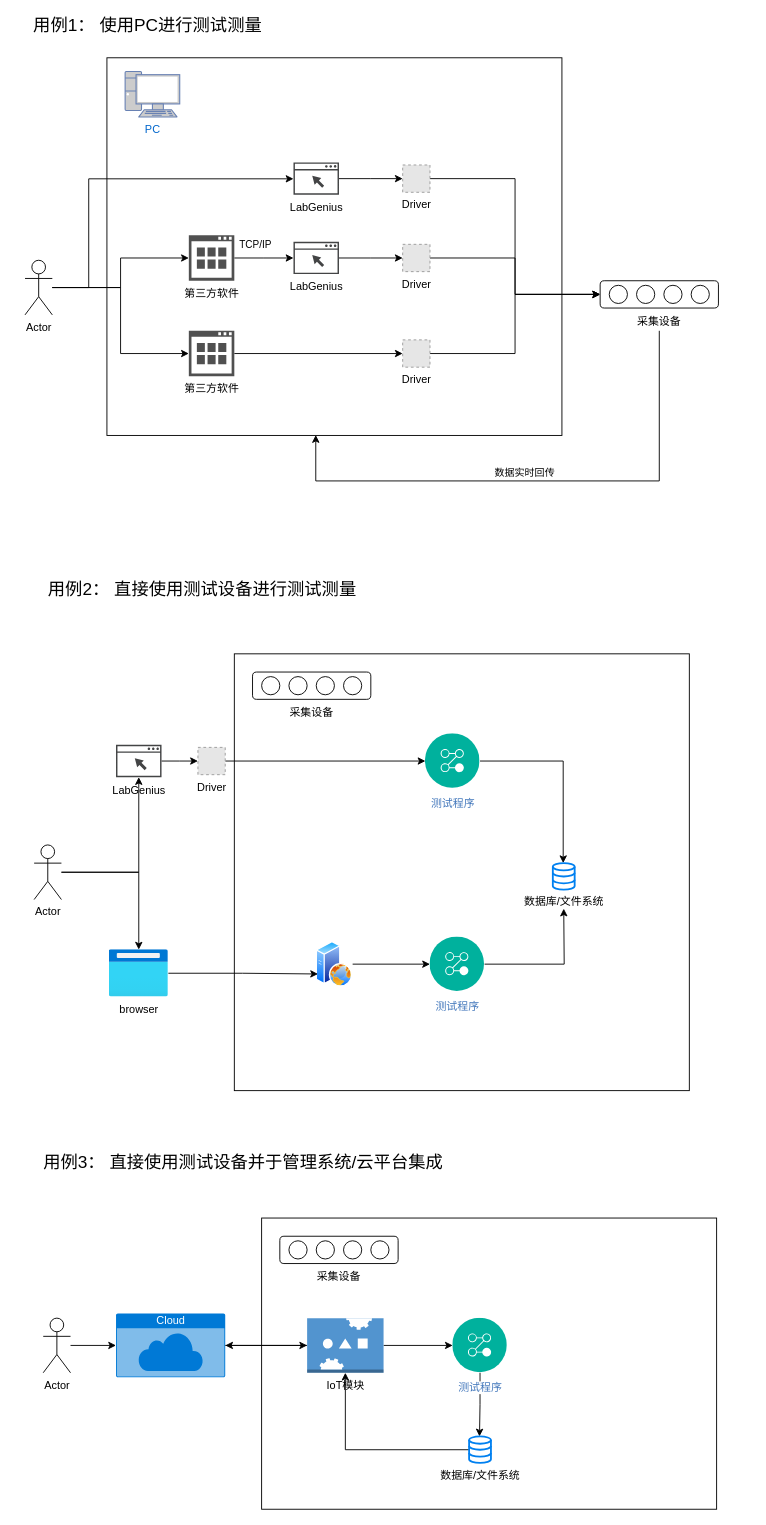
This is page "Case1" (1 of 3) of NLab/UseCases.drawio from zhugy08/drawio, a draw.io file, before an edit. Source tidied: cells renumbered, new cells numbered last; positions are measured from the earlier drawing's top-left corner, leaving out a move shared by most shapes. Both pictures are drawn from the tidied source at 91%, with x=0, y=0 at pixel (25, 16). Pictures stored in the file or linked from it are replaced by grey dashed boxes.
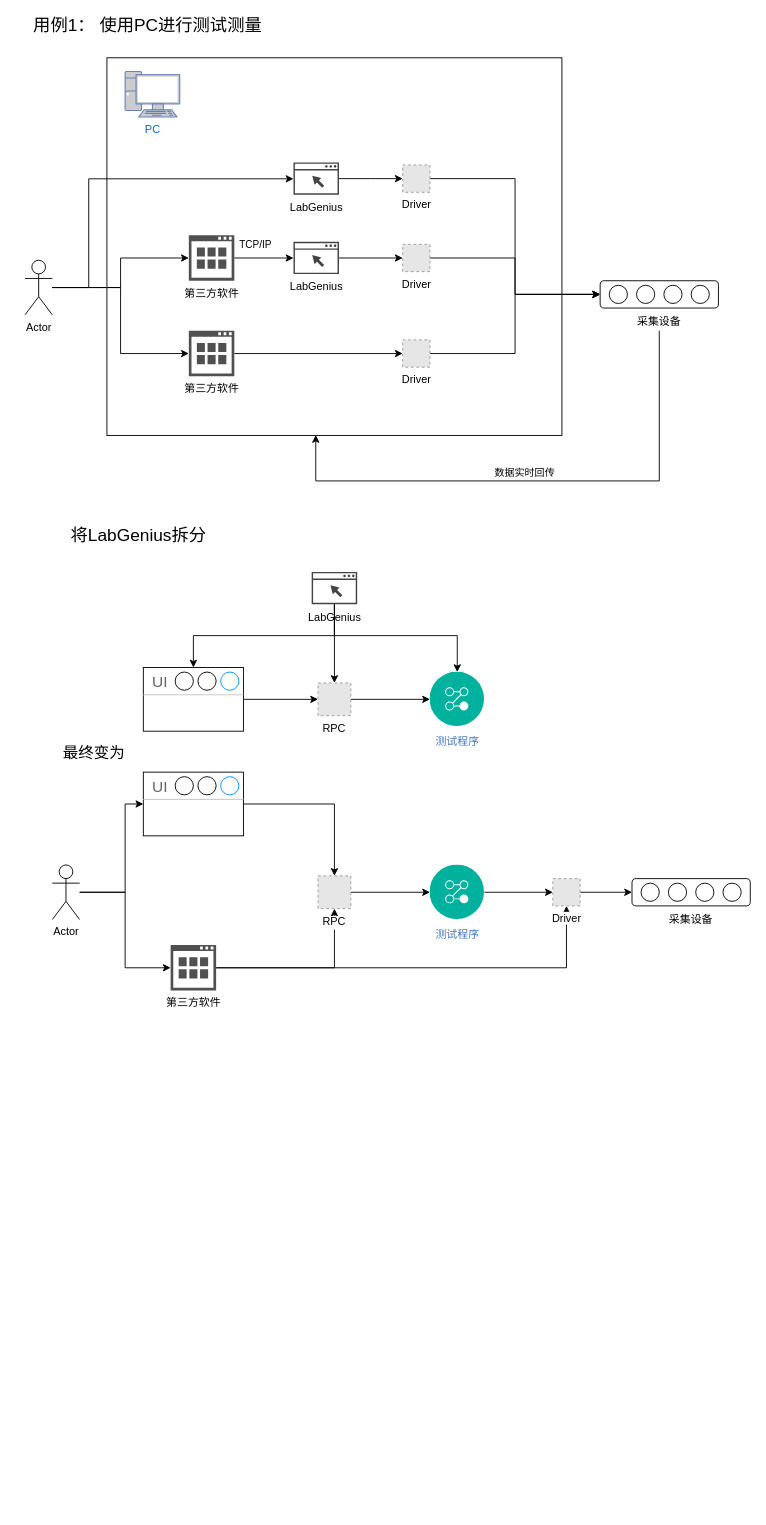
The same page after the edit.

What changed in the source:
```diff
@@
-    <mxCell id="2" style="rounded=0;whiteSpace=wrap;html=1;" parent="1" vertex="1">
-      <mxGeometry x="230" y="700" width="500" height="480" as="geometry" />
-    </mxCell>
@@
-    <mxCell id="33" value="&lt;font style=&quot;font-size: 19px&quot;&gt;用例2： 直接使用测试设备进行测试测量&lt;/font&gt;" style="text;html=1;strokeColor=none;fillColor=none;align=center;verticalAlign=middle;whiteSpace=wrap;rounded=0;" parent="1" vertex="1">
-      <mxGeometry x="10" y="620" width="370" height="20" as="geometry" />
-    </mxCell>
-    <mxCell id="34" style="group;" parent="1" vertex="1">
-      <mxGeometry x="250" y="720" width="130" height="55" as="geometry" />
-    </mxCell>
-    <mxCell id="35" style="group;" parent="34" vertex="1">
-      <mxGeometry width="130" height="30" as="geometry" />
-    </mxCell>
-    <mxCell id="36" style="rounded=1;whiteSpace=wrap;html=1;" parent="35" vertex="1">
-      <mxGeometry width="130" height="30" as="geometry" />
-    </mxCell>
-    <mxCell id="37" style="ellipse;whiteSpace=wrap;html=1;" parent="35" vertex="1">
-      <mxGeometry x="10" y="5" width="20" height="20" as="geometry" />
-    </mxCell>
-    <mxCell id="38" style="ellipse;whiteSpace=wrap;html=1;" parent="35" vertex="1">
-      <mxGeometry x="40" y="5" width="20" height="20" as="geometry" />
-    </mxCell>
-    <mxCell id="39" style="ellipse;whiteSpace=wrap;html=1;" parent="35" vertex="1">
-      <mxGeometry x="70" y="5" width="20" height="20" as="geometry" />
-    </mxCell>
-    <mxCell id="40" style="ellipse;whiteSpace=wrap;html=1;" parent="35" vertex="1">
-      <mxGeometry x="100" y="5" width="20" height="20" as="geometry" />
-    </mxCell>
-    <mxCell id="41" value="采集设备" style="text;html=1;strokeColor=none;fillColor=none;align=center;verticalAlign=middle;whiteSpace=wrap;rounded=0;" parent="34" vertex="1">
-      <mxGeometry x="40" y="35" width="50" height="20" as="geometry" />
-    </mxCell>
-    <mxCell id="42" style="edgeStyle=orthogonalEdgeStyle;rounded=0;jettySize=auto;html=1;" parent="1" edge="1" source="44" target="46">
-      <mxGeometry relative="1" as="geometry" />
-    </mxCell>
-    <mxCell id="43" style="edgeStyle=orthogonalEdgeStyle;rounded=0;jettySize=auto;html=1;" parent="1" edge="1" source="44" target="56">
-      <mxGeometry relative="1" as="geometry" />
-    </mxCell>
-    <mxCell id="44" value="Actor" style="shape=umlActor;verticalLabelPosition=bottom;verticalAlign=top;html=1;" parent="1" vertex="1">
-      <mxGeometry x="10" y="910" width="30" height="60" as="geometry" />
-    </mxCell>
-    <mxCell id="45" style="edgeStyle=orthogonalEdgeStyle;rounded=0;jettySize=auto;html=1;" parent="1" edge="1" source="46" target="50">
-      <mxGeometry relative="1" as="geometry" />
-    </mxCell>
-    <mxCell id="46" value="LabGenius" style="shadow=0;dashed=0;html=1;strokeColor=none;fillColor=#434445;labelPosition=center;verticalLabelPosition=bottom;verticalAlign=top;align=center;outlineConnect=0;shape=mxgraph.vvd.web_browser;" parent="1" vertex="1">
-      <mxGeometry x="100" y="800" width="50" height="35.5" as="geometry" />
-    </mxCell>
-    <mxCell id="47" style="edgeStyle=orthogonalEdgeStyle;rounded=0;jettySize=auto;html=1;entryX=0.475;entryY=0;entryDx=0;entryDy=0;entryPerimeter=0;" parent="1" edge="1" source="48" target="59">
-      <mxGeometry relative="1" as="geometry" />
-    </mxCell>
-    <mxCell id="48" value="测试程序" style="perimeter=ellipsePerimeter;html=1;align=center;shadow=0;dashed=0;fontColor=#4277BB;labelBackgroundColor=#ffffff;fontSize=12;spacingTop=3;image;image=img/lib/ibm/management/process_management.svg;" parent="1" vertex="1">
-      <mxGeometry x="440" y="787.8" width="60" height="60" as="geometry" />
-    </mxCell>
-    <mxCell id="49" style="edgeStyle=orthogonalEdgeStyle;rounded=0;jettySize=auto;html=1;" parent="1" edge="1" source="50" target="48">
-      <mxGeometry relative="1" as="geometry" />
-    </mxCell>
-    <mxCell id="50" value="Driver" style="fillColor=#E6E6E6;strokeColor=#999999;dashed=1;html=1;verticalAlign=top;verticalLabelPosition=bottom;labelBackgroundColor=#ffffff;" parent="1" vertex="1">
-      <mxGeometry x="190" y="802.8" width="30" height="30" as="geometry" />
-    </mxCell>
-    <mxCell id="51" style="edgeStyle=orthogonalEdgeStyle;rounded=0;jettySize=auto;html=1;" parent="1" edge="1" source="52" target="54">
-      <mxGeometry relative="1" as="geometry" />
-    </mxCell>
-    <mxCell id="52" style="perimeter=ellipsePerimeter;html=1;align=center;shadow=0;dashed=0;spacingTop=3;image;image=img/lib/active_directory/web_server.svg;" parent="1" vertex="1">
-      <mxGeometry x="320" y="1016" width="40" height="50" as="geometry" />
-    </mxCell>
-    <mxCell id="53" style="edgeStyle=orthogonalEdgeStyle;rounded=0;jettySize=auto;html=1;" parent="1" edge="1" source="54">
-      <mxGeometry relative="1" as="geometry">
-        <mxPoint x="592" y="980" as="targetPoint" />
-      </mxGeometry>
-    </mxCell>
-    <mxCell id="54" value="测试程序" style="perimeter=ellipsePerimeter;html=1;align=center;shadow=0;dashed=0;fontColor=#4277BB;labelBackgroundColor=#ffffff;fontSize=12;spacingTop=3;image;image=img/lib/ibm/management/process_management.svg;" parent="1" vertex="1">
-      <mxGeometry x="445" y="1011" width="60" height="60" as="geometry" />
-    </mxCell>
-    <mxCell id="55" style="edgeStyle=orthogonalEdgeStyle;rounded=0;jettySize=auto;html=1;entryX=0;entryY=0.75;entryDx=0;entryDy=0;" parent="1" edge="1" source="56" target="52">
-      <mxGeometry relative="1" as="geometry" />
-    </mxCell>
-    <mxCell id="56" value="browser" style="html=1;points=[];align=center;image;fontSize=12;image=img/lib/azure2/general/Browser.svg;" parent="1" vertex="1">
-      <mxGeometry x="92.5" y="1025" width="65" height="52" as="geometry" />
-    </mxCell>
@@
-    <mxCell id="59" value="数据库/文件系统" style="html=1;verticalLabelPosition=bottom;align=center;labelBackgroundColor=#ffffff;verticalAlign=top;strokeWidth=2;strokeColor=#0080F0;shadow=0;dashed=0;shape=mxgraph.ios7.icons.data;" parent="1" vertex="1">
-      <mxGeometry x="580" y="930" width="24" height="29.1" as="geometry" />
-    </mxCell>
-    <mxCell id="60" value="&lt;font style=&quot;font-size: 19px&quot;&gt;用例3： 直接使用测试设备并于管理系统/云平台集成&lt;/font&gt;" style="text;html=1;strokeColor=none;fillColor=none;align=center;verticalAlign=middle;whiteSpace=wrap;rounded=0;" parent="1" vertex="1">
-      <mxGeometry x="10" y="1250" width="460" height="20" as="geometry" />
-    </mxCell>
-    <mxCell id="61" style="edgeStyle=orthogonalEdgeStyle;rounded=0;jettySize=auto;html=1;" parent="1" edge="1" source="62" target="63">
-      <mxGeometry relative="1" as="geometry" />
-    </mxCell>
-    <mxCell id="62" value="Actor" style="shape=umlActor;verticalLabelPosition=bottom;verticalAlign=top;html=1;" parent="1" vertex="1">
-      <mxGeometry x="20" y="1430" width="30" height="60" as="geometry" />
-    </mxCell>
-    <mxCell id="63" value="Cloud" style="html=1;strokeColor=none;fillColor=#0079D6;labelPosition=center;verticalLabelPosition=middle;verticalAlign=top;align=center;fontSize=12;outlineConnect=0;spacingTop=-6;fontColor=#FFFFFF;shape=mxgraph.sitemap.cloud;" parent="1" vertex="1">
-      <mxGeometry x="100" y="1425" width="120" height="70" as="geometry" />
-    </mxCell>
-    <mxCell id="64" style="rounded=0;whiteSpace=wrap;html=1;" parent="1" vertex="1">
-      <mxGeometry x="260" y="1320" width="500" height="320" as="geometry" />
-    </mxCell>
-    <mxCell id="65" style="group;" parent="1" vertex="1">
-      <mxGeometry x="280" y="1340" width="130" height="55" as="geometry" />
-    </mxCell>
-    <mxCell id="66" style="group;" parent="65" vertex="1">
-      <mxGeometry width="130" height="30" as="geometry" />
-    </mxCell>
-    <mxCell id="67" style="rounded=1;whiteSpace=wrap;html=1;" parent="66" vertex="1">
-      <mxGeometry width="130" height="30" as="geometry" />
-    </mxCell>
-    <mxCell id="68" style="ellipse;whiteSpace=wrap;html=1;" parent="66" vertex="1">
-      <mxGeometry x="10" y="5" width="20" height="20" as="geometry" />
-    </mxCell>
-    <mxCell id="69" style="ellipse;whiteSpace=wrap;html=1;" parent="66" vertex="1">
-      <mxGeometry x="40" y="5" width="20" height="20" as="geometry" />
-    </mxCell>
-    <mxCell id="70" style="ellipse;whiteSpace=wrap;html=1;" parent="66" vertex="1">
-      <mxGeometry x="70" y="5" width="20" height="20" as="geometry" />
-    </mxCell>
-    <mxCell id="71" style="ellipse;whiteSpace=wrap;html=1;" parent="66" vertex="1">
-      <mxGeometry x="100" y="5" width="20" height="20" as="geometry" />
-    </mxCell>
-    <mxCell id="72" value="采集设备" style="text;html=1;strokeColor=none;fillColor=none;align=center;verticalAlign=middle;whiteSpace=wrap;rounded=0;" parent="65" vertex="1">
-      <mxGeometry x="40" y="35" width="50" height="20" as="geometry" />
-    </mxCell>
-    <mxCell id="73" style="edgeStyle=orthogonalEdgeStyle;rounded=0;jettySize=auto;html=1;entryX=0.475;entryY=0;entryDx=0;entryDy=0;entryPerimeter=0;" parent="1" edge="1" source="74" target="77">
-      <mxGeometry relative="1" as="geometry" />
-    </mxCell>
-    <mxCell id="74" value="测试程序" style="perimeter=ellipsePerimeter;html=1;align=center;shadow=0;dashed=0;fontColor=#4277BB;labelBackgroundColor=#ffffff;fontSize=12;spacingTop=3;image;image=img/lib/ibm/management/process_management.svg;" parent="1" vertex="1">
-      <mxGeometry x="470" y="1430" width="60" height="60" as="geometry" />
-    </mxCell>
-    <mxCell id="75" style="edgeStyle=orthogonalEdgeStyle;rounded=0;jettySize=auto;html=1;exitX=1;exitY=0.5;exitDx=0;exitDy=0;exitPerimeter=0;" parent="1" edge="1" source="79" target="74">
-      <mxGeometry relative="1" as="geometry" />
-    </mxCell>
-    <mxCell id="76" style="edgeStyle=orthogonalEdgeStyle;rounded=0;jettySize=auto;html=1;" parent="1" edge="1" source="77" target="79">
-      <mxGeometry relative="1" as="geometry" />
-    </mxCell>
-    <mxCell id="77" value="数据库/文件系统" style="html=1;verticalLabelPosition=bottom;align=center;labelBackgroundColor=#ffffff;verticalAlign=top;strokeWidth=2;strokeColor=#0080F0;shadow=0;dashed=0;shape=mxgraph.ios7.icons.data;" parent="1" vertex="1">
-      <mxGeometry x="488" y="1560" width="24" height="29.1" as="geometry" />
-    </mxCell>
-    <mxCell id="78" style="edgeStyle=orthogonalEdgeStyle;rounded=0;jettySize=auto;html=1;" parent="1" edge="1" source="79" target="63">
-      <mxGeometry relative="1" as="geometry" />
-    </mxCell>
-    <mxCell id="79" value="IoT模块" style="outlineConnect=0;dashed=0;verticalLabelPosition=bottom;verticalAlign=top;align=center;html=1;shape=mxgraph.aws3.servo;fillColor=#5294CF;gradientColor=none;" parent="1" vertex="1">
-      <mxGeometry x="310" y="1430" width="84" height="60" as="geometry" />
-    </mxCell>
-    <mxCell id="80" style="edgeStyle=orthogonalEdgeStyle;rounded=0;jettySize=auto;html=1;exitX=1;exitY=0.5;exitDx=0;exitDy=0;exitPerimeter=0;" parent="1" edge="1" source="63" target="79">
-      <mxGeometry relative="1" as="geometry" />
-    </mxCell>
+    <mxCell id="81" value="&lt;font style=&quot;font-size: 19px&quot;&gt;将LabGenius拆分&lt;br&gt;&lt;/font&gt;" style="text;html=1;strokeColor=none;fillColor=none;align=center;verticalAlign=middle;whiteSpace=wrap;rounded=0;" parent="1" vertex="1">
+      <mxGeometry x="-10" y="560" width="270" height="20" as="geometry" />
+    </mxCell>
+    <mxCell id="82" style="edgeStyle=orthogonalEdgeStyle;rounded=0;jettySize=auto;html=1;" parent="1" edge="1" source="46" target="85">
+      <mxGeometry relative="1" as="geometry">
+        <Array as="points">
+          <mxPoint x="340" y="680" />
+          <mxPoint x="475" y="680" />
+        </Array>
+      </mxGeometry>
+    </mxCell>
+    <mxCell id="83" style="edgeStyle=orthogonalEdgeStyle;rounded=0;jettySize=auto;html=1;" parent="1" edge="1" source="46" target="87">
+      <mxGeometry relative="1" as="geometry" />
+    </mxCell>
+    <mxCell id="84" style="edgeStyle=orthogonalEdgeStyle;rounded=0;jettySize=auto;html=1;" parent="1" edge="1" source="46" target="89">
+      <mxGeometry relative="1" as="geometry">
+        <Array as="points">
+          <mxPoint x="340" y="680" />
+          <mxPoint x="185" y="680" />
+        </Array>
+      </mxGeometry>
+    </mxCell>
+    <mxCell id="46" value="LabGenius" style="shadow=0;dashed=0;html=1;strokeColor=none;fillColor=#434445;labelPosition=center;verticalLabelPosition=bottom;verticalAlign=top;align=center;outlineConnect=0;shape=mxgraph.vvd.web_browser;" parent="1" vertex="1">
+      <mxGeometry x="315" y="610" width="50" height="35.5" as="geometry" />
+    </mxCell>
+    <mxCell id="85" value="测试程序" style="perimeter=ellipsePerimeter;html=1;align=center;shadow=0;dashed=0;fontColor=#4277BB;labelBackgroundColor=#ffffff;fontSize=12;spacingTop=3;image;image=img/lib/ibm/management/process_management.svg;" parent="1" vertex="1">
+      <mxGeometry x="445" y="720" width="60" height="60" as="geometry" />
+    </mxCell>
+    <mxCell id="86" style="edgeStyle=orthogonalEdgeStyle;rounded=0;jettySize=auto;html=1;" parent="1" edge="1" source="87" target="85">
+      <mxGeometry relative="1" as="geometry" />
+    </mxCell>
+    <mxCell id="87" value="RPC" style="fillColor=#E6E6E6;strokeColor=#999999;dashed=1;verticalLabelPosition=bottom;labelBackgroundColor=#ffffff;verticalAlign=top;" parent="1" vertex="1">
+      <mxGeometry x="322" y="732" width="36" height="36" as="geometry" />
+    </mxCell>
+    <mxCell id="88" style="edgeStyle=orthogonalEdgeStyle;rounded=0;jettySize=auto;html=1;" parent="1" edge="1" source="89" target="87">
+      <mxGeometry relative="1" as="geometry" />
+    </mxCell>
+    <mxCell id="89" value="UI" style="strokeWidth=1;shadow=0;dashed=0;align=center;html=1;shape=mxgraph.mockup.containers.window;align=left;verticalAlign=top;spacingLeft=8;strokeColor2=#008cff;strokeColor3=#c4c4c4;fontColor=#666666;mainText=;fontSize=17;labelBackgroundColor=none;" parent="1" vertex="1">
+      <mxGeometry x="130" y="715" width="110" height="70" as="geometry" />
+    </mxCell>
+    <mxCell id="90" style="edgeStyle=orthogonalEdgeStyle;rounded=0;jettySize=auto;html=1;" parent="1" edge="1" source="92" target="98">
+      <mxGeometry relative="1" as="geometry">
+        <Array as="points">
+          <mxPoint x="110" y="962" />
+          <mxPoint x="110" y="865" />
+        </Array>
+      </mxGeometry>
+    </mxCell>
+    <mxCell id="91" style="edgeStyle=orthogonalEdgeStyle;rounded=0;jettySize=auto;html=1;entryX=0;entryY=0.5;entryDx=0;entryDy=0;entryPerimeter=0;" parent="1" edge="1" source="92" target="95">
+      <mxGeometry relative="1" as="geometry">
+        <Array as="points">
+          <mxPoint x="110" y="962" />
+          <mxPoint x="110" y="1045" />
+        </Array>
+      </mxGeometry>
+    </mxCell>
+    <mxCell id="92" value="Actor" style="shape=umlActor;verticalLabelPosition=bottom;verticalAlign=top;html=1;outlineConnect=0;" parent="1" vertex="1">
+      <mxGeometry x="30" y="932" width="30" height="60" as="geometry" />
+    </mxCell>
+    <mxCell id="93" style="edgeStyle=orthogonalEdgeStyle;rounded=0;jettySize=auto;html=1;" parent="1" edge="1" source="95" target="100">
+      <mxGeometry relative="1" as="geometry" />
+    </mxCell>
+    <mxCell id="94" style="edgeStyle=orthogonalEdgeStyle;rounded=0;jettySize=auto;html=1;" parent="1" edge="1" source="95" target="50">
+      <mxGeometry relative="1" as="geometry" />
+    </mxCell>
+    <mxCell id="95" value="第三方软件" style="shadow=0;dashed=0;html=1;strokeColor=none;labelPosition=center;verticalLabelPosition=bottom;verticalAlign=top;align=center;fillColor=#505050;shape=mxgraph.mscae.intune.detected_software;" parent="1" vertex="1">
+      <mxGeometry x="160" y="1020" width="50" height="50" as="geometry" />
+    </mxCell>
+    <mxCell id="96" style="edgeStyle=orthogonalEdgeStyle;rounded=0;jettySize=auto;html=1;entryX=0;entryY=0.5;entryDx=0;entryDy=0;" parent="1" edge="1" source="50" target="106">
+      <mxGeometry relative="1" as="geometry" />
+    </mxCell>
+    <mxCell id="50" value="Driver" style="fillColor=#E6E6E6;strokeColor=#999999;dashed=1;html=1;verticalAlign=top;verticalLabelPosition=bottom;labelBackgroundColor=#ffffff;" parent="1" vertex="1">
+      <mxGeometry x="580" y="947" width="30" height="30" as="geometry" />
+    </mxCell>
+    <mxCell id="97" style="edgeStyle=orthogonalEdgeStyle;rounded=0;jettySize=auto;html=1;entryX=0.5;entryY=0;entryDx=0;entryDy=0;" parent="1" edge="1" source="98" target="100">
+      <mxGeometry relative="1" as="geometry" />
+    </mxCell>
+    <mxCell id="98" value="UI" style="strokeWidth=1;shadow=0;dashed=0;align=center;html=1;shape=mxgraph.mockup.containers.window;align=left;verticalAlign=top;spacingLeft=8;strokeColor2=#008cff;strokeColor3=#c4c4c4;fontColor=#666666;mainText=;fontSize=17;labelBackgroundColor=none;" parent="1" vertex="1">
+      <mxGeometry x="130" y="830" width="110" height="70" as="geometry" />
+    </mxCell>
+    <mxCell id="99" style="edgeStyle=orthogonalEdgeStyle;rounded=0;jettySize=auto;html=1;" parent="1" edge="1" source="100" target="102">
+      <mxGeometry relative="1" as="geometry" />
+    </mxCell>
+    <mxCell id="100" value="RPC" style="fillColor=#E6E6E6;strokeColor=#999999;dashed=1;verticalLabelPosition=bottom;labelBackgroundColor=#ffffff;verticalAlign=top;" parent="1" vertex="1">
+      <mxGeometry x="322" y="944" width="36" height="36" as="geometry" />
+    </mxCell>
+    <mxCell id="101" style="edgeStyle=orthogonalEdgeStyle;rounded=0;jettySize=auto;html=1;" parent="1" edge="1" source="102" target="50">
+      <mxGeometry relative="1" as="geometry" />
+    </mxCell>
+    <mxCell id="102" value="测试程序" style="perimeter=ellipsePerimeter;html=1;align=center;shadow=0;dashed=0;fontColor=#4277BB;labelBackgroundColor=#ffffff;fontSize=12;spacingTop=3;image;image=img/lib/ibm/management/process_management.svg;" parent="1" vertex="1">
+      <mxGeometry x="445" y="932" width="60" height="60" as="geometry" />
+    </mxCell>
+    <mxCell id="103" value="&lt;div style=&quot;font-size: 17px&quot; align=&quot;left&quot;&gt;&lt;font style=&quot;font-size: 17px&quot;&gt;最终变为&lt;/font&gt;&lt;/div&gt;" style="text;html=1;strokeColor=none;fillColor=none;align=left;verticalAlign=middle;whiteSpace=wrap;rounded=0;" parent="1" vertex="1">
+      <mxGeometry x="40" y="800" width="270" height="20" as="geometry" />
+    </mxCell>
+    <mxCell id="104" style="group;" parent="1" vertex="1">
+      <mxGeometry x="667" y="947" width="130" height="55" as="geometry" />
+    </mxCell>
+    <mxCell id="105" style="group;" parent="104" vertex="1">
+      <mxGeometry width="130" height="30" as="geometry" />
+    </mxCell>
+    <mxCell id="106" style="rounded=1;whiteSpace=wrap;html=1;" parent="105" vertex="1">
+      <mxGeometry width="130" height="30" as="geometry" />
+    </mxCell>
+    <mxCell id="107" style="ellipse;whiteSpace=wrap;html=1;" parent="105" vertex="1">
+      <mxGeometry x="10" y="5" width="20" height="20" as="geometry" />
+    </mxCell>
+    <mxCell id="108" style="ellipse;whiteSpace=wrap;html=1;" parent="105" vertex="1">
+      <mxGeometry x="40" y="5" width="20" height="20" as="geometry" />
+    </mxCell>
+    <mxCell id="109" style="ellipse;whiteSpace=wrap;html=1;" parent="105" vertex="1">
+      <mxGeometry x="70" y="5" width="20" height="20" as="geometry" />
+    </mxCell>
+    <mxCell id="110" style="ellipse;whiteSpace=wrap;html=1;" parent="105" vertex="1">
+      <mxGeometry x="100" y="5" width="20" height="20" as="geometry" />
+    </mxCell>
+    <mxCell id="111" value="采集设备" style="text;html=1;strokeColor=none;fillColor=none;align=center;verticalAlign=middle;whiteSpace=wrap;rounded=0;" parent="104" vertex="1">
+      <mxGeometry x="40" y="35" width="50" height="20" as="geometry" />
+    </mxCell>
```
